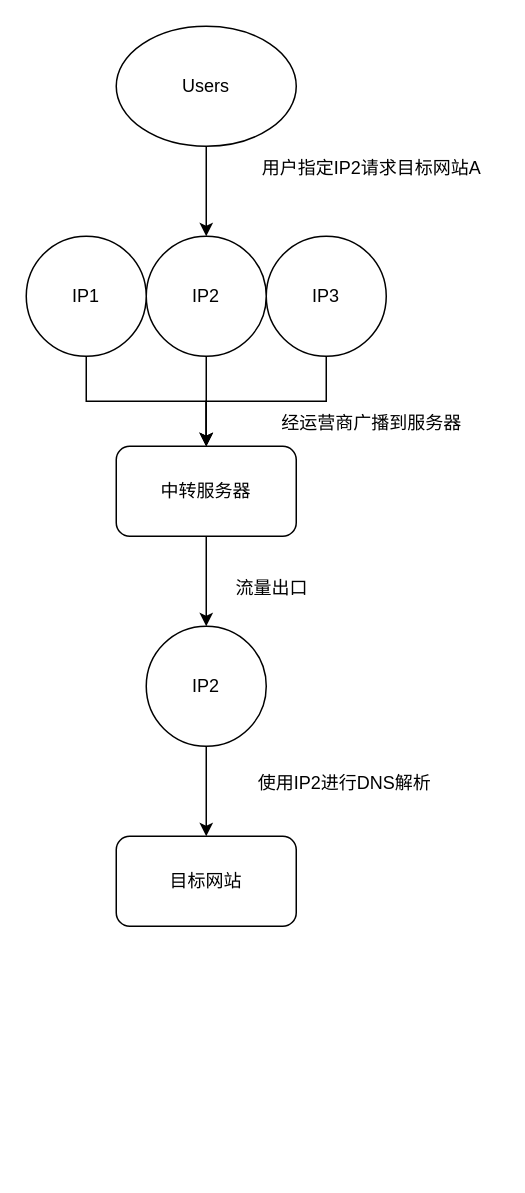
Before: 静态代理流程.drawio in s1874217870/starup, a draw.io diagram. Source tidied: cells renumbered, new cells numbered last; positions are measured from the earlier drawing's top-left corner, leaving out a move shared by most shapes. Both pictures are drawn from the tidied source at 150%, with x=0, y=0 at pixel (26, 26).
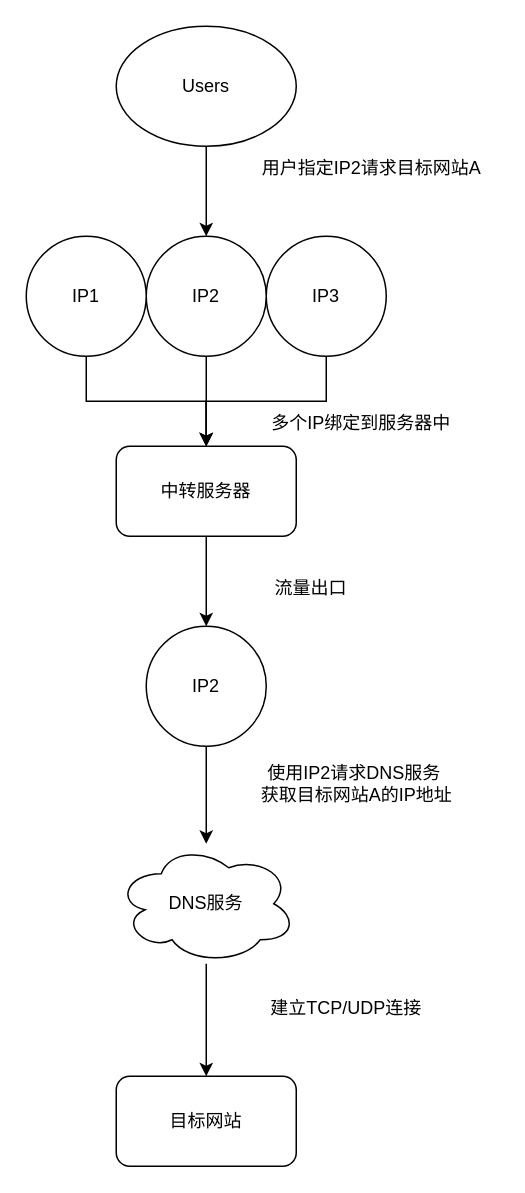
After the change.

Commit message:
更新静态代理流程.drawio

The change refers to these unchanged cells:
```xml
<mxCell id="16" value="IP2" style="ellipse;whiteSpace=wrap;html=1;" parent="1" vertex="1">
  <mxGeometry x="80" y="400" width="80" height="80" as="geometry" />
</mxCell>
```

Diff of the diagram source:
```diff
@@
-    <mxCell id="10" value="经运营商广播到服务器" style="text;html=1;align=center;verticalAlign=middle;strokeColor=none;fillColor=none;" parent="1" vertex="1">
-      <mxGeometry x="160" y="250" width="140" height="30" as="geometry" />
+    <mxCell id="10" value="多个IP绑定到服务器中" style="text;html=1;align=center;verticalAlign=middle;strokeColor=none;fillColor=none;" parent="1" vertex="1">
+      <mxGeometry x="152.5" y="250" width="140" height="30" as="geometry" />
     </mxCell>
@@
     <mxCell id="14" value="目标网站" style="rounded=1;whiteSpace=wrap;html=1;" parent="1" vertex="1">
-      <mxGeometry x="60" y="540" width="120" height="60" as="geometry" />
+      <mxGeometry x="60" y="700" width="120" height="60" as="geometry" />
     </mxCell>
-    <mxCell id="15" style="edgeStyle=orthogonalEdgeStyle;rounded=0;jettySize=auto;html=1;entryX=0.5;entryY=0;entryDx=0;entryDy=0;" parent="1" edge="1" source="16" target="14">
+    <mxCell id="15" style="edgeStyle=orthogonalEdgeStyle;rounded=0;jettySize=auto;html=1;" parent="1" edge="1" source="16" target="20">
       <mxGeometry relative="1" as="geometry" />
     </mxCell>
@@
     <mxCell id="17" value="流量出口" style="text;html=1;strokeColor=none;fillColor=none;align=center;verticalAlign=middle;whiteSpace=wrap;rounded=0;" parent="1" vertex="1">
-      <mxGeometry x="134" y="360" width="60" height="30" as="geometry" />
+      <mxGeometry x="160" y="360" width="60" height="30" as="geometry" />
     </mxCell>
-    <mxCell id="18" value="使用IP2进行DNS解析" style="text;html=1;strokeColor=none;fillColor=none;align=center;verticalAlign=middle;whiteSpace=wrap;rounded=0;" parent="1" vertex="1">
-      <mxGeometry x="145" y="490" width="135" height="30" as="geometry" />
+    <mxCell id="18" value="使用IP2请求DNS服务&amp;nbsp;&lt;br&gt;获取目标网站A的IP地址" style="text;html=1;strokeColor=none;fillColor=none;align=center;verticalAlign=middle;whiteSpace=wrap;rounded=0;" parent="1" vertex="1">
+      <mxGeometry x="152.5" y="490" width="135" height="30" as="geometry" />
     </mxCell>
+    <mxCell id="19" style="edgeStyle=orthogonalEdgeStyle;rounded=0;jettySize=auto;html=1;" parent="1" edge="1" source="20" target="14">
+      <mxGeometry relative="1" as="geometry" />
+    </mxCell>
+    <mxCell id="20" value="DNS服务" style="ellipse;shape=cloud;whiteSpace=wrap;html=1;" parent="1" vertex="1">
+      <mxGeometry x="60" y="545" width="120" height="80" as="geometry" />
+    </mxCell>
+    <mxCell id="21" value="建立TCP/UDP连接" style="text;html=1;align=center;verticalAlign=middle;strokeColor=none;fillColor=none;" parent="1" vertex="1">
+      <mxGeometry x="152.5" y="640" width="120" height="30" as="geometry" />
+    </mxCell>
```
